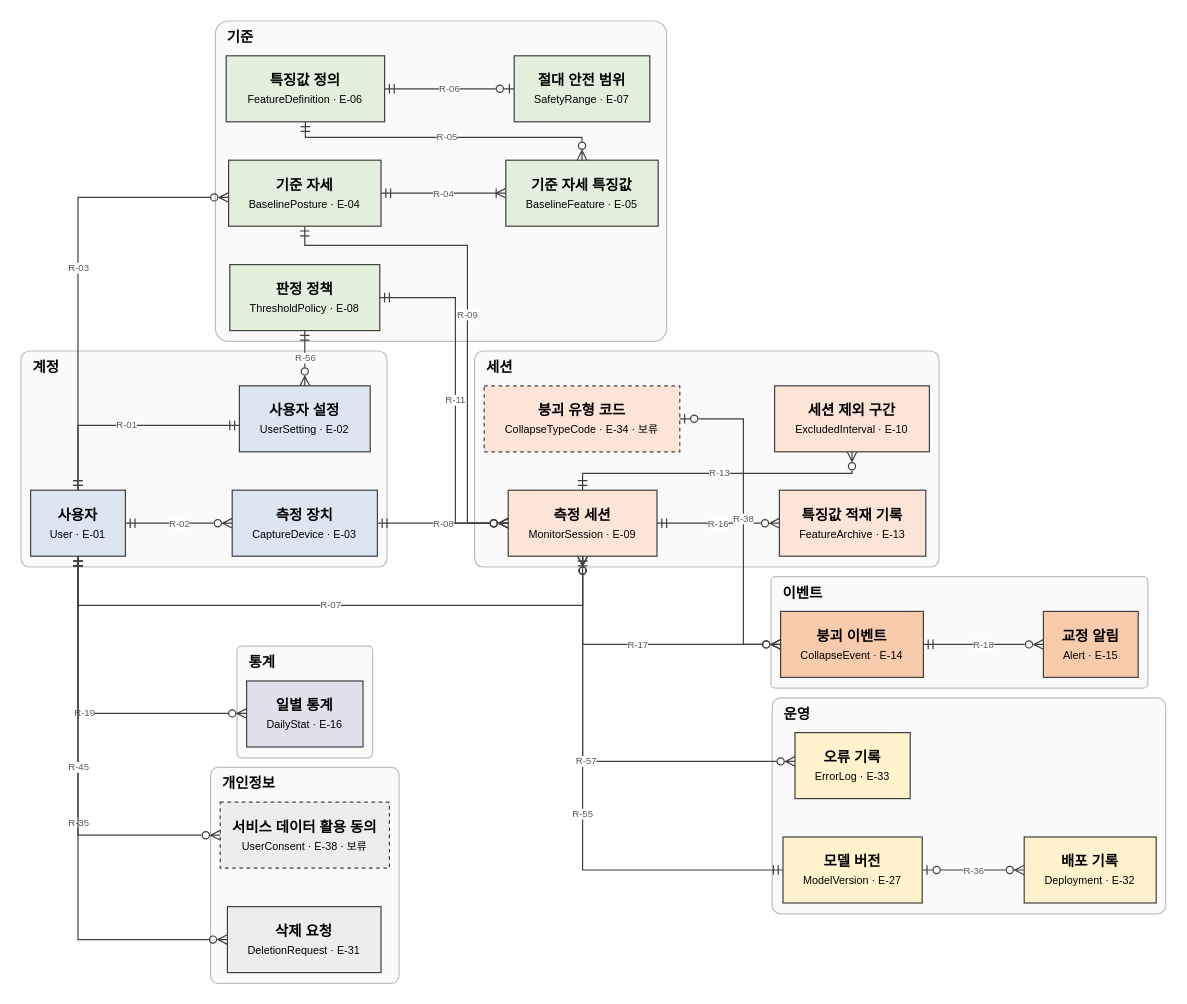
The draw.io diagram page "개념 ERD (DB-02 V0.4 + CR-04)" (1 of 2) of database/erd/posture_erd.drawio in Jeon-Seho/sitting-posture-corrector, before the edit. Source tidied: cells renumbered, new cells numbered last; positions are measured from the earlier drawing's top-left corner, leaving out a move shared by most shapes. Both pictures are drawn from the tidied source at 120%, with x=0, y=0 at pixel (20, 20).
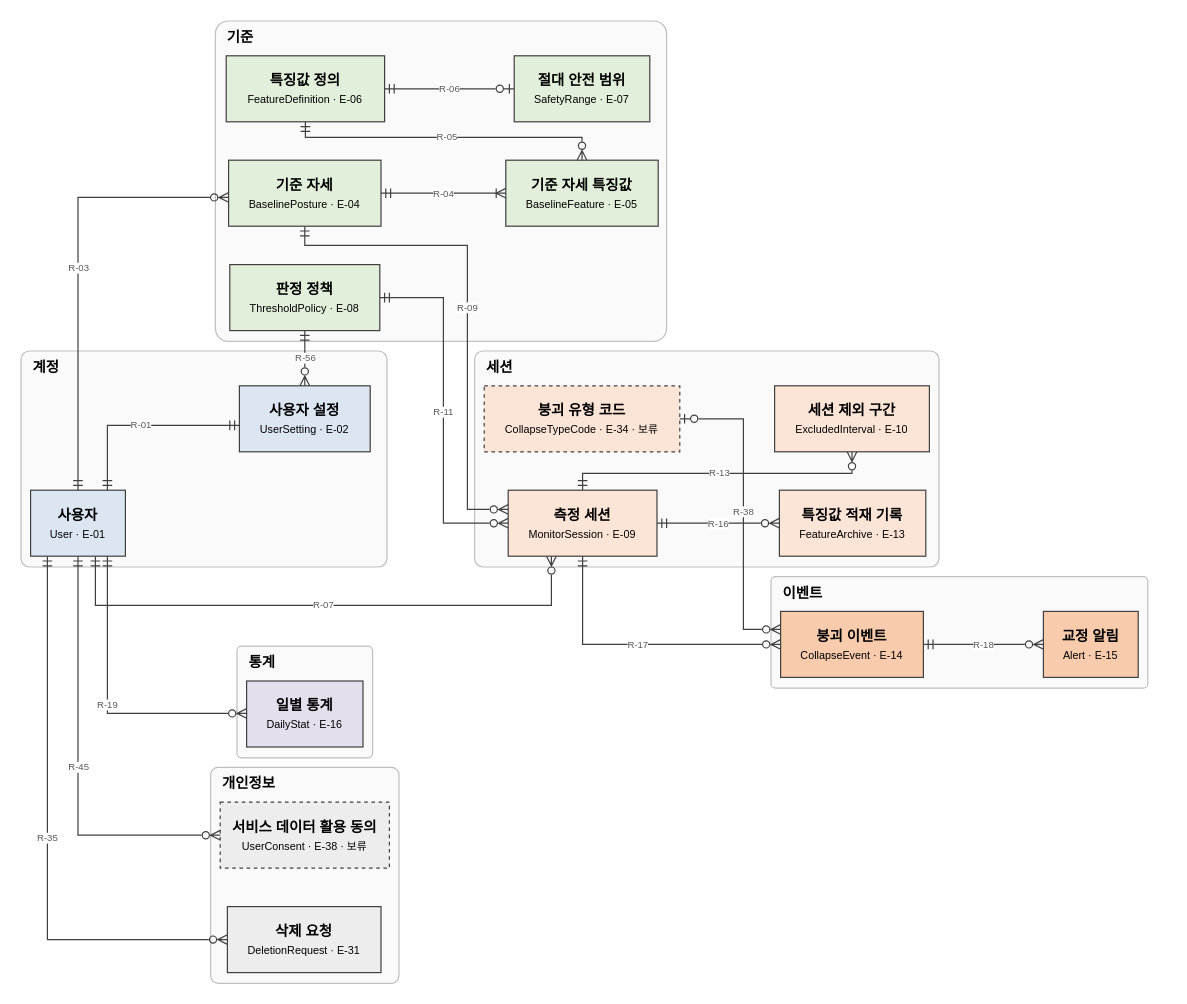
The same diagram, later.

The change refers to these unchanged cells:
```xml
<mxCell id="9" value="&lt;b&gt;사용자&lt;/b&gt;&lt;br&gt;&lt;span style=&quot;font-size:9px&quot;&gt;User · E-01&lt;/span&gt;" style="rounded=0;html=1;whiteSpace=wrap;fillColor=#DCE6F2;strokeColor=#404040;" parent="1" vertex="1">
  <mxGeometry x="8" y="391" width="79" height="55" as="geometry" />
</mxCell>
<mxCell id="10" value="&lt;b&gt;사용자 설정&lt;/b&gt;&lt;br&gt;&lt;span style=&quot;font-size:9px&quot;&gt;UserSetting · E-02&lt;/span&gt;" style="rounded=0;html=1;whiteSpace=wrap;fillColor=#DCE6F2;strokeColor=#404040;" parent="1" vertex="1">
  <mxGeometry x="182" y="304" width="109" height="55" as="geometry" />
</mxCell>
<mxCell id="12" value="&lt;b&gt;기준 자세&lt;/b&gt;&lt;br&gt;&lt;span style=&quot;font-size:9px&quot;&gt;BaselinePosture · E-04&lt;/span&gt;" style="rounded=0;html=1;whiteSpace=wrap;fillColor=#E2EFDA;strokeColor=#404040;" parent="1" vertex="1">
  <mxGeometry x="173" y="116" width="127" height="55" as="geometry" />
</mxCell>
<mxCell id="16" value="&lt;b&gt;판정 정책&lt;/b&gt;&lt;br&gt;&lt;span style=&quot;font-size:9px&quot;&gt;ThresholdPolicy · E-08&lt;/span&gt;" style="rounded=0;html=1;whiteSpace=wrap;fillColor=#E2EFDA;strokeColor=#404040;" parent="1" vertex="1">
  <mxGeometry x="174" y="203" width="125" height="55" as="geometry" />
</mxCell>
<mxCell id="17" value="&lt;b&gt;측정 세션&lt;/b&gt;&lt;br&gt;&lt;span style=&quot;font-size:9px&quot;&gt;MonitorSession · E-09&lt;/span&gt;" style="rounded=0;html=1;whiteSpace=wrap;fillColor=#FCE4D6;strokeColor=#404040;" parent="1" vertex="1">
  <mxGeometry x="406" y="391" width="124" height="55" as="geometry" />
</mxCell>
<mxCell id="20" value="&lt;b&gt;붕괴 유형 코드&lt;/b&gt;&lt;br&gt;&lt;span style=&quot;font-size:9px&quot;&gt;CollapseTypeCode · E-34 · 보류&lt;/span&gt;" style="rounded=0;html=1;whiteSpace=wrap;fillColor=#FCE4D6;strokeColor=#404040;dashed=1;" parent="1" vertex="1">
  <mxGeometry x="386" y="304" width="163" height="55" as="geometry" />
</mxCell>
<mxCell id="21" value="&lt;b&gt;붕괴 이벤트&lt;/b&gt;&lt;br&gt;&lt;span style=&quot;font-size:9px&quot;&gt;CollapseEvent · E-14&lt;/span&gt;" style="rounded=0;html=1;whiteSpace=wrap;fillColor=#F8CBAD;strokeColor=#404040;" parent="1" vertex="1">
  <mxGeometry x="633" y="492" width="119" height="55" as="geometry" />
</mxCell>
<mxCell id="23" value="&lt;b&gt;일별 통계&lt;/b&gt;&lt;br&gt;&lt;span style=&quot;font-size:9px&quot;&gt;DailyStat · E-16&lt;/span&gt;" style="rounded=0;html=1;whiteSpace=wrap;fillColor=#E4DFEC;strokeColor=#404040;" parent="1" vertex="1">
  <mxGeometry x="188" y="550" width="97" height="55" as="geometry" />
</mxCell>
<mxCell id="24" value="&lt;b&gt;삭제 요청&lt;/b&gt;&lt;br&gt;&lt;span style=&quot;font-size:9px&quot;&gt;DeletionRequest · E-31&lt;/span&gt;" style="rounded=0;html=1;whiteSpace=wrap;fillColor=#EDEDED;strokeColor=#404040;" parent="1" vertex="1">
  <mxGeometry x="172" y="738" width="128" height="55" as="geometry" />
</mxCell>
```

Change to the diagram source:
```diff
@@
-    <mxCell id="8" value="운영" style="rounded=1;whiteSpace=wrap;html=1;fillColor=#FAFAFA;strokeColor=#BFBFBF;verticalAlign=top;align=left;spacingLeft=8;fontStyle=1;arcSize=4;" parent="1" vertex="1">
-      <mxGeometry x="626" y="564" width="328" height="180" as="geometry" />
-    </mxCell>
@@
-    <mxCell id="11" value="&lt;b&gt;측정 장치&lt;/b&gt;&lt;br&gt;&lt;span style=&quot;font-size:9px&quot;&gt;CaptureDevice · E-03&lt;/span&gt;" style="rounded=0;html=1;whiteSpace=wrap;fillColor=#DCE6F2;strokeColor=#404040;" parent="1" vertex="1">
-      <mxGeometry x="176" y="391" width="121" height="55" as="geometry" />
-    </mxCell>
@@
-    <mxCell id="26" value="&lt;b&gt;모델 버전&lt;/b&gt;&lt;br&gt;&lt;span style=&quot;font-size:9px&quot;&gt;ModelVersion · E-27&lt;/span&gt;" style="rounded=0;html=1;whiteSpace=wrap;fillColor=#FFF2CC;strokeColor=#404040;" parent="1" vertex="1">
-      <mxGeometry x="635" y="680" width="116" height="55" as="geometry" />
-    </mxCell>
-    <mxCell id="27" value="&lt;b&gt;배포 기록&lt;/b&gt;&lt;br&gt;&lt;span style=&quot;font-size:9px&quot;&gt;Deployment · E-32&lt;/span&gt;" style="rounded=0;html=1;whiteSpace=wrap;fillColor=#FFF2CC;strokeColor=#404040;" parent="1" vertex="1">
-      <mxGeometry x="836" y="680" width="110" height="55" as="geometry" />
-    </mxCell>
-    <mxCell id="28" value="&lt;b&gt;오류 기록&lt;/b&gt;&lt;br&gt;&lt;span style=&quot;font-size:9px&quot;&gt;ErrorLog · E-33&lt;/span&gt;" style="rounded=0;html=1;whiteSpace=wrap;fillColor=#FFF2CC;strokeColor=#404040;" parent="1" vertex="1">
-      <mxGeometry x="645" y="593" width="96" height="55" as="geometry" />
-    </mxCell>
     <mxCell id="29" value="R-01" style="edgeStyle=orthogonalEdgeStyle;rounded=0;html=1;fontSize=8;fontColor=#595959;strokeColor=#404040;startArrow=ERmandOne;endArrow=ERmandOne;startFill=0;endFill=0;" parent="1" edge="1" source="9" target="10">
       <mxGeometry relative="1" as="geometry">
         <Array as="points">
-          <mxPoint x="47.5" y="337" />
+          <mxPoint x="72" y="337" />
         </Array>
       </mxGeometry>
     </mxCell>
-    <mxCell id="30" value="R-02" style="edgeStyle=orthogonalEdgeStyle;rounded=0;html=1;fontSize=8;fontColor=#595959;strokeColor=#404040;startArrow=ERmandOne;endArrow=ERzeroToMany;startFill=0;endFill=0;" parent="1" edge="1" source="9" target="11">
-      <mxGeometry relative="1" as="geometry">
-        <Array as="points">
-          <mxPoint x="102" y="418.5" />
-          <mxPoint x="102" y="418.5" />
-        </Array>
-      </mxGeometry>
-    </mxCell>
@@
     <mxCell id="36" value="R-07" style="edgeStyle=orthogonalEdgeStyle;rounded=0;html=1;fontSize=8;fontColor=#595959;strokeColor=#404040;startArrow=ERmandOne;endArrow=ERzeroToMany;startFill=0;endFill=0;" parent="1" edge="1" source="9" target="17">
       <mxGeometry relative="1" as="geometry">
         <Array as="points">
-          <mxPoint x="47.5" y="487" />
-          <mxPoint x="468" y="487" />
+          <mxPoint x="62" y="487" />
+          <mxPoint x="442" y="487" />
         </Array>
       </mxGeometry>
     </mxCell>
-    <mxCell id="37" value="R-08" style="edgeStyle=orthogonalEdgeStyle;rounded=0;html=1;fontSize=8;fontColor=#595959;strokeColor=#404040;startArrow=ERmandOne;endArrow=ERzeroToMany;startFill=0;endFill=0;" parent="1" edge="1" source="11" target="17">
-      <mxGeometry relative="1" as="geometry" />
-    </mxCell>
     <mxCell id="38" value="R-09" style="edgeStyle=orthogonalEdgeStyle;rounded=0;html=1;fontSize=8;fontColor=#595959;strokeColor=#404040;startArrow=ERmandOne;endArrow=ERzeroToMany;startFill=0;endFill=0;" parent="1" edge="1" source="12" target="17">
       <mxGeometry relative="1" as="geometry">
         <Array as="points">
           <mxPoint x="236.5" y="187" />
           <mxPoint x="372" y="187" />
-          <mxPoint x="372" y="418.5" />
+          <mxPoint x="372" y="407" />
         </Array>
       </mxGeometry>
     </mxCell>
     <mxCell id="39" value="R-11" style="edgeStyle=orthogonalEdgeStyle;rounded=0;html=1;fontSize=8;fontColor=#595959;strokeColor=#404040;startArrow=ERmandOne;endArrow=ERzeroToMany;startFill=0;endFill=0;" parent="1" edge="1" source="16" target="17">
       <mxGeometry relative="1" as="geometry">
         <Array as="points">
-          <mxPoint x="362" y="230.5" />
-          <mxPoint x="362" y="418.5" />
+          <mxPoint x="352" y="230.5" />
+          <mxPoint x="352" y="418.5" />
         </Array>
       </mxGeometry>
     </mxCell>
-    <mxCell id="40" value="R-55" style="edgeStyle=orthogonalEdgeStyle;rounded=0;html=1;fontSize=8;fontColor=#595959;strokeColor=#404040;startArrow=ERmandOne;endArrow=ERzeroToMany;startFill=0;endFill=0;" parent="1" edge="1" source="26" target="17">
-      <mxGeometry relative="1" as="geometry" />
-    </mxCell>
@@
     <mxCell id="45" value="R-38" style="edgeStyle=orthogonalEdgeStyle;rounded=0;html=1;fontSize=8;fontColor=#595959;strokeColor=#404040;startArrow=ERzeroToOne;endArrow=ERzeroToMany;startFill=0;endFill=0;" parent="1" edge="1" source="20" target="21">
       <mxGeometry relative="1" as="geometry">
         <Array as="points">
           <mxPoint x="602" y="331.5" />
-          <mxPoint x="602" y="519.5" />
+          <mxPoint x="602" y="507" />
         </Array>
       </mxGeometry>
     </mxCell>
     <mxCell id="46" value="R-19" style="edgeStyle=orthogonalEdgeStyle;rounded=0;html=1;fontSize=8;fontColor=#595959;strokeColor=#404040;startArrow=ERmandOne;endArrow=ERzeroToMany;startFill=0;endFill=0;" parent="1" edge="1" source="9" target="23">
       <mxGeometry relative="1" as="geometry">
         <Array as="points">
-          <mxPoint x="47.5" y="577" />
+          <mxPoint x="72" y="577" />
         </Array>
       </mxGeometry>
     </mxCell>
     <mxCell id="47" value="R-35" style="edgeStyle=orthogonalEdgeStyle;rounded=0;html=1;fontSize=8;fontColor=#595959;strokeColor=#404040;startArrow=ERmandOne;endArrow=ERzeroToMany;startFill=0;endFill=0;" parent="1" edge="1" source="9" target="24">
       <mxGeometry relative="1" as="geometry">
         <Array as="points">
-          <mxPoint x="47.5" y="765.5" />
+          <mxPoint x="22" y="765.5" />
         </Array>
       </mxGeometry>
     </mxCell>
@@
-    <mxCell id="49" value="R-36" style="edgeStyle=orthogonalEdgeStyle;rounded=0;html=1;fontSize=8;fontColor=#595959;strokeColor=#404040;startArrow=ERzeroToOne;endArrow=ERzeroToMany;startFill=0;endFill=0;" parent="1" edge="1" source="26" target="27">
-      <mxGeometry relative="1" as="geometry" />
-    </mxCell>
-    <mxCell id="50" value="R-57" style="edgeStyle=orthogonalEdgeStyle;rounded=0;html=1;fontSize=8;fontColor=#595959;strokeColor=#404040;startArrow=ERzeroToOne;endArrow=ERzeroToMany;startFill=0;endFill=0;" parent="1" edge="1" source="17" target="28">
-      <mxGeometry relative="1" as="geometry">
-        <Array as="points">
-          <mxPoint x="468" y="617" />
-        </Array>
-      </mxGeometry>
-    </mxCell>
```
